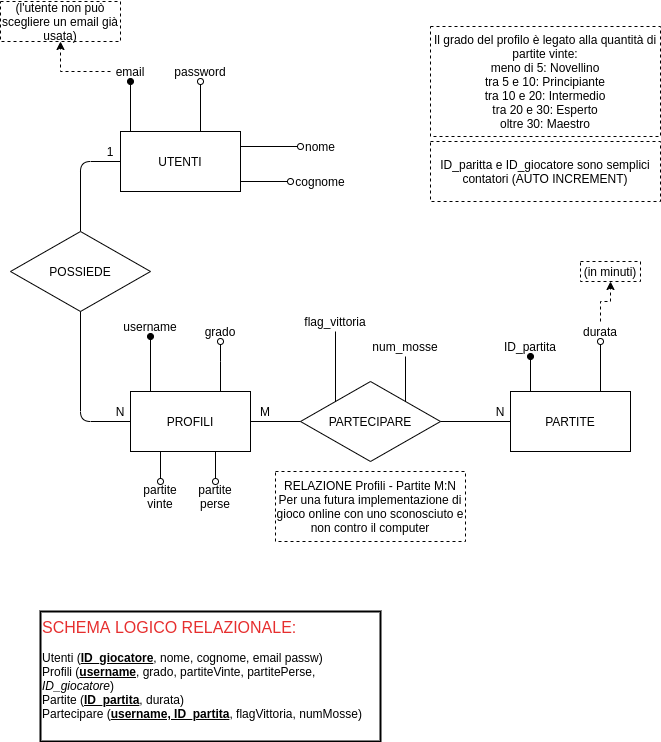
This is DB_CrazyGoose(drawio).png from itisrivoira/CrazyGoose, a draw.io export, as it was before one commit. Source tidied: cells renumbered, new cells last; positions are measured from the earlier drawing's top-left corner, leaving out a move shared by most shapes.
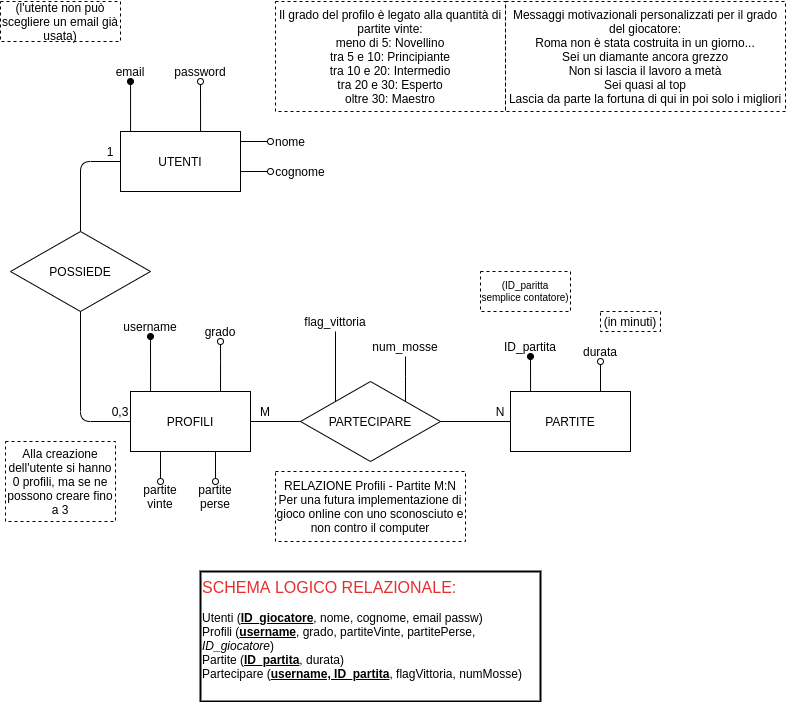
Later version of the same file.

What changed in the source:
```diff
@@ -9,17 +9,22 @@
         </Array>
       </mxGeometry>
     </mxCell>
-    <mxCell id="3" style="edgeStyle=orthogonalEdgeStyle;rounded=0;jettySize=auto;html=1;exitX=0.75;exitY=0;exitDx=0;exitDy=0;entryX=0.5;entryY=1;entryDx=0;entryDy=0;endArrow=oval;endFill=0;fontSize=1;" parent="1" edge="1" source="4" target="30">
+    <mxCell id="3" style="edgeStyle=orthogonalEdgeStyle;rounded=0;jettySize=auto;html=1;exitX=0.75;exitY=0;exitDx=0;exitDy=0;entryX=0.5;entryY=1;entryDx=0;entryDy=0;endArrow=oval;endFill=0;fontSize=1;" parent="1" edge="1" source="4" target="29">
       <mxGeometry relative="1" as="geometry" />
     </mxCell>
     <mxCell id="4" value="PARTITE" style="rounded=0;whiteSpace=wrap;html=1;" parent="1" vertex="1">
       <mxGeometry x="510" y="390" width="120" height="60" as="geometry" />
     </mxCell>
-    <mxCell id="5" style="edgeStyle=orthogonalEdgeStyle;rounded=0;jettySize=auto;html=1;exitX=0;exitY=0;exitDx=0;exitDy=0;entryX=0.5;entryY=1;entryDx=0;entryDy=0;endArrow=none;endFill=0;" parent="1" edge="1" source="7" target="31">
+    <mxCell id="5" style="edgeStyle=orthogonalEdgeStyle;rounded=0;jettySize=auto;html=1;exitX=0;exitY=0;exitDx=0;exitDy=0;entryX=0.5;entryY=1;entryDx=0;entryDy=0;endArrow=none;endFill=0;" parent="1" edge="1" source="7" target="30">
       <mxGeometry relative="1" as="geometry" />
     </mxCell>
     <mxCell id="6" style="edgeStyle=orthogonalEdgeStyle;rounded=0;jettySize=auto;html=1;exitX=1;exitY=0;exitDx=0;exitDy=0;entryX=0.5;entryY=1;entryDx=0;entryDy=0;endArrow=none;endFill=0;" parent="1" edge="1" source="7" target="28">
-      <mxGeometry relative="1" as="geometry" />
+      <mxGeometry relative="1" as="geometry">
+        <Array as="points">
+          <mxPoint x="405" y="375" />
+          <mxPoint x="405" y="375" />
+        </Array>
+      </mxGeometry>
     </mxCell>
     <mxCell id="7" value="PARTECIPARE" style="rhombus;whiteSpace=wrap;html=1;" parent="1" vertex="1">
       <mxGeometry x="300" y="380" width="140" height="80" as="geometry" />
@@ -96,7 +101,7 @@
     <mxCell id="25" value="M" style="text;html=1;strokeColor=none;fillColor=none;align=center;verticalAlign=middle;whiteSpace=wrap;rounded=0;" parent="1" vertex="1">
       <mxGeometry x="250" y="400" width="30" height="20" as="geometry" />
     </mxCell>
-    <mxCell id="26" value="N" style="text;html=1;strokeColor=none;fillColor=none;align=center;verticalAlign=middle;whiteSpace=wrap;rounded=0;" parent="1" vertex="1">
+    <mxCell id="26" value="0,3" style="text;html=1;strokeColor=none;fillColor=none;align=center;verticalAlign=middle;whiteSpace=wrap;rounded=0;" parent="1" vertex="1">
       <mxGeometry x="100" y="400" width="40" height="20" as="geometry" />
     </mxCell>
     <mxCell id="27" value="1" style="text;html=1;strokeColor=none;fillColor=none;align=center;verticalAlign=middle;whiteSpace=wrap;rounded=0;" parent="1" vertex="1">
@@ -105,78 +110,76 @@
     <mxCell id="28" value="num_mosse" style="text;html=1;strokeColor=none;fillColor=none;align=center;verticalAlign=middle;whiteSpace=wrap;rounded=0;" parent="1" vertex="1">
       <mxGeometry x="370" y="335" width="70" height="20" as="geometry" />
     </mxCell>
-    <mxCell id="29" style="edgeStyle=orthogonalEdgeStyle;rounded=0;jettySize=auto;html=1;dashed=1;" parent="1" edge="1" source="30">
-      <mxGeometry relative="1" as="geometry">
-        <mxPoint x="610" y="280" as="targetPoint" />
-      </mxGeometry>
+    <mxCell id="29" value="durata" style="text;html=1;strokeColor=none;fillColor=none;align=center;verticalAlign=middle;whiteSpace=wrap;rounded=0;" parent="1" vertex="1">
+      <mxGeometry x="580" y="340" width="40" height="20" as="geometry" />
     </mxCell>
-    <mxCell id="30" value="durata" style="text;html=1;strokeColor=none;fillColor=none;align=center;verticalAlign=middle;whiteSpace=wrap;rounded=0;" parent="1" vertex="1">
-      <mxGeometry x="580" y="320" width="40" height="20" as="geometry" />
+    <mxCell id="30" value="flag_vittoria" style="text;html=1;strokeColor=none;fillColor=none;align=center;verticalAlign=middle;whiteSpace=wrap;rounded=0;" parent="1" vertex="1">
+      <mxGeometry x="300" y="310" width="70" height="20" as="geometry" />
     </mxCell>
-    <mxCell id="31" value="flag_vittoria" style="text;html=1;strokeColor=none;fillColor=none;align=center;verticalAlign=middle;whiteSpace=wrap;rounded=0;" parent="1" vertex="1">
-      <mxGeometry x="300" y="310" width="70" height="20" as="geometry" />
+    <mxCell id="31" style="edgeStyle=orthogonalEdgeStyle;rounded=0;jettySize=auto;html=1;exitX=0.25;exitY=0;exitDx=0;exitDy=0;entryX=0.5;entryY=1;entryDx=0;entryDy=0;endArrow=oval;endFill=1;fontSize=1;" parent="1" edge="1" source="11" target="32">
+      <mxGeometry relative="1" as="geometry">
+        <Array as="points">
+          <mxPoint x="130" y="130" />
+          <mxPoint x="130" y="80" />
+        </Array>
+      </mxGeometry>
     </mxCell>
-    <mxCell id="32" style="edgeStyle=orthogonalEdgeStyle;rounded=0;jettySize=auto;html=1;exitX=0.25;exitY=0;exitDx=0;exitDy=0;entryX=0.5;entryY=1;entryDx=0;entryDy=0;endArrow=oval;endFill=1;fontSize=1;" parent="1" edge="1" source="11" target="34">
-      <mxGeometry relative="1" as="geometry">
-        <Array as="points">
-          <mxPoint x="130" y="130" />
-          <mxPoint x="130" y="80" />
-        </Array>
-      </mxGeometry>
+    <mxCell id="32" value="email" style="text;html=1;strokeColor=none;fillColor=none;align=center;verticalAlign=middle;whiteSpace=wrap;rounded=0;" parent="1" vertex="1">
+      <mxGeometry x="110" y="60" width="40" height="20" as="geometry" />
     </mxCell>
-    <mxCell id="33" style="edgeStyle=orthogonalEdgeStyle;rounded=0;jettySize=auto;html=1;dashed=1;entryX=0.5;entryY=1;entryDx=0;entryDy=0;" parent="1" edge="1" source="34" target="36">
-      <mxGeometry relative="1" as="geometry">
-        <Array as="points">
-          <mxPoint x="60" y="70" />
-        </Array>
-      </mxGeometry>
+    <mxCell id="33" value="Il grado del profilo è legato alla quantità di partite vinte:&lt;br&gt;meno di 5: Novellino&lt;br&gt;tra 5 e 10: Principiante&lt;br&gt;tra 10 e 20: Intermedio&lt;br&gt;tra 20 e 30: Esperto&lt;br&gt;oltre 30: Maestro" style="text;html=1;fillColor=none;align=center;verticalAlign=middle;whiteSpace=wrap;rounded=0;strokeColor=#000000;dashed=1;" parent="1" vertex="1">
+      <mxGeometry x="275" width="230" height="110" as="geometry" />
     </mxCell>
-    <mxCell id="34" value="email" style="text;html=1;strokeColor=none;fillColor=none;align=center;verticalAlign=middle;whiteSpace=wrap;rounded=0;" parent="1" vertex="1">
-      <mxGeometry x="110" y="60" width="40" height="20" as="geometry" />
+    <mxCell id="34" value="(l'utente non può scegliere un email già usata)" style="text;html=1;fillColor=none;align=center;verticalAlign=middle;whiteSpace=wrap;rounded=0;strokeColor=#000000;dashed=1;" parent="1" vertex="1">
+      <mxGeometry width="120" height="40" as="geometry" />
     </mxCell>
-    <mxCell id="35" value="Il grado del profilo è legato alla quantità di partite vinte:&lt;br&gt;meno di 5: Novellino&lt;br&gt;tra 5 e 10: Principiante&lt;br&gt;tra 10 e 20: Intermedio&lt;br&gt;tra 20 e 30: Esperto&lt;br&gt;oltre 30: Maestro" style="text;html=1;fillColor=none;align=center;verticalAlign=middle;whiteSpace=wrap;rounded=0;strokeColor=#000000;dashed=1;" parent="1" vertex="1">
-      <mxGeometry x="430" y="25" width="230" height="110" as="geometry" />
+    <mxCell id="35" value="(in minuti)" style="text;html=1;fillColor=none;align=center;verticalAlign=middle;whiteSpace=wrap;rounded=0;strokeColor=#000000;dashed=1;" parent="1" vertex="1">
+      <mxGeometry x="600" y="310" width="60" height="20" as="geometry" />
     </mxCell>
-    <mxCell id="36" value="(l'utente non può scegliere un email già usata)" style="text;html=1;fillColor=none;align=center;verticalAlign=middle;whiteSpace=wrap;rounded=0;strokeColor=#000000;dashed=1;" parent="1" vertex="1">
-      <mxGeometry width="120" height="40" as="geometry" />
+    <mxCell id="36" value="RELAZIONE Profili - Partite M:N&lt;br&gt;Per una futura implementazione di gioco online con uno sconosciuto e non contro il computer" style="text;html=1;fillColor=none;align=center;verticalAlign=middle;whiteSpace=wrap;rounded=0;strokeColor=#000000;dashed=1;" parent="1" vertex="1">
+      <mxGeometry x="275" y="470" width="190" height="70" as="geometry" />
     </mxCell>
-    <mxCell id="37" value="(in minuti)" style="text;html=1;fillColor=none;align=center;verticalAlign=middle;whiteSpace=wrap;rounded=0;strokeColor=#000000;dashed=1;" parent="1" vertex="1">
-      <mxGeometry x="580" y="260" width="60" height="20" as="geometry" />
+    <mxCell id="37" value="&lt;font style=&quot;font-size: 16px&quot; color=&quot;#e62e2e&quot;&gt;SCHEMA LOGICO RELAZIONALE:&lt;/font&gt;&lt;br&gt;&lt;br&gt;Utenti (&lt;b&gt;&lt;u&gt;ID_giocatore&lt;/u&gt;&lt;/b&gt;, nome, cognome, email passw)&lt;br&gt;Profili (&lt;b&gt;&lt;u&gt;username&lt;/u&gt;&lt;/b&gt;, grado, partiteVinte, partitePerse, &lt;i&gt;ID_giocatore&lt;/i&gt;)&lt;br&gt;Partite (&lt;b&gt;&lt;u&gt;ID_partita&lt;/u&gt;&lt;/b&gt;, durata)&lt;br&gt;Partecipare (&lt;b&gt;&lt;u&gt;username, ID_partita&lt;/u&gt;&lt;/b&gt;, flagVittoria, numMosse)" style="text;html=1;fillColor=none;align=left;verticalAlign=top;whiteSpace=wrap;rounded=0;strokeColor=#000000;strokeWidth=2;" parent="1" vertex="1">
+      <mxGeometry x="200" y="570" width="340" height="130" as="geometry" />
     </mxCell>
-    <mxCell id="38" value="RELAZIONE Profili - Partite M:N&lt;br&gt;Per una futura implementazione di gioco online con uno sconosciuto e non contro il computer" style="text;html=1;fillColor=none;align=center;verticalAlign=middle;whiteSpace=wrap;rounded=0;strokeColor=#000000;dashed=1;" parent="1" vertex="1">
-      <mxGeometry x="275" y="470" width="190" height="70" as="geometry" />
+    <mxCell id="38" value="(ID_paritta semplice contatore)" style="text;html=1;fillColor=none;align=center;verticalAlign=middle;whiteSpace=wrap;rounded=0;strokeColor=#000000;dashed=1;fontSize=10;" parent="1" vertex="1">
+      <mxGeometry x="480" y="270" width="90" height="40" as="geometry" />
     </mxCell>
-    <mxCell id="39" value="&lt;font style=&quot;font-size: 16px&quot; color=&quot;#e62e2e&quot;&gt;SCHEMA LOGICO RELAZIONALE:&lt;/font&gt;&lt;br&gt;&lt;br&gt;Utenti (&lt;b&gt;&lt;u&gt;ID_giocatore&lt;/u&gt;&lt;/b&gt;, nome, cognome, email passw)&lt;br&gt;Profili (&lt;b&gt;&lt;u&gt;username&lt;/u&gt;&lt;/b&gt;, grado, partiteVinte, partitePerse, &lt;i&gt;ID_giocatore&lt;/i&gt;)&lt;br&gt;Partite (&lt;b&gt;&lt;u&gt;ID_partita&lt;/u&gt;&lt;/b&gt;, durata)&lt;br&gt;Partecipare (&lt;b&gt;&lt;u&gt;username, ID_partita&lt;/u&gt;&lt;/b&gt;, flagVittoria, numMosse)" style="text;html=1;fillColor=none;align=left;verticalAlign=top;whiteSpace=wrap;rounded=0;strokeColor=#000000;strokeWidth=2;" parent="1" vertex="1">
-      <mxGeometry x="40" y="610" width="340" height="130" as="geometry" />
+    <mxCell id="39" value="password" style="text;html=1;strokeColor=none;fillColor=none;align=center;verticalAlign=middle;whiteSpace=wrap;rounded=0;" parent="1" vertex="1">
+      <mxGeometry x="170" y="60" width="60" height="20" as="geometry" />
     </mxCell>
-    <mxCell id="40" value="ID_paritta e ID_giocatore sono semplici contatori (AUTO INCREMENT)" style="text;html=1;fillColor=none;align=center;verticalAlign=middle;whiteSpace=wrap;rounded=0;strokeColor=#000000;dashed=1;" parent="1" vertex="1">
-      <mxGeometry x="430" y="140" width="230" height="60" as="geometry" />
+    <mxCell id="40" style="edgeStyle=orthogonalEdgeStyle;rounded=0;jettySize=auto;html=1;exitX=0.5;exitY=0;exitDx=0;exitDy=0;entryX=0.5;entryY=1;entryDx=0;entryDy=0;endArrow=oval;endFill=0;fontSize=1;" parent="1" edge="1" source="11" target="39">
+      <mxGeometry relative="1" as="geometry">
+        <Array as="points">
+          <mxPoint x="200" y="130" />
+        </Array>
+      </mxGeometry>
     </mxCell>
-    <mxCell id="41" value="password" style="text;html=1;strokeColor=none;fillColor=none;align=center;verticalAlign=middle;whiteSpace=wrap;rounded=0;" parent="1" vertex="1">
-      <mxGeometry x="170" y="60" width="60" height="20" as="geometry" />
+    <mxCell id="41" value="nome" style="text;html=1;strokeColor=none;fillColor=none;align=center;verticalAlign=middle;whiteSpace=wrap;rounded=0;" parent="1" vertex="1">
+      <mxGeometry x="270" y="130" width="40" height="20" as="geometry" />
     </mxCell>
-    <mxCell id="42" style="edgeStyle=orthogonalEdgeStyle;rounded=0;jettySize=auto;html=1;exitX=0.5;exitY=0;exitDx=0;exitDy=0;entryX=0.5;entryY=1;entryDx=0;entryDy=0;endArrow=oval;endFill=0;fontSize=1;" parent="1" edge="1" source="11" target="41">
-      <mxGeometry relative="1" as="geometry">
-        <Array as="points">
-          <mxPoint x="200" y="130" />
-        </Array>
-      </mxGeometry>
+    <mxCell id="42" value="cognome" style="text;html=1;strokeColor=none;fillColor=none;align=center;verticalAlign=middle;whiteSpace=wrap;rounded=0;" parent="1" vertex="1">
+      <mxGeometry x="270" y="160" width="60" height="20" as="geometry" />
     </mxCell>
-    <mxCell id="43" value="nome" style="text;html=1;strokeColor=none;fillColor=none;align=center;verticalAlign=middle;whiteSpace=wrap;rounded=0;" parent="1" vertex="1">
-      <mxGeometry x="300" y="135" width="40" height="20" as="geometry" />
+    <mxCell id="43" style="edgeStyle=orthogonalEdgeStyle;rounded=0;jettySize=auto;html=1;exitX=1;exitY=0.25;exitDx=0;exitDy=0;entryX=0;entryY=0.5;entryDx=0;entryDy=0;endArrow=oval;endFill=0;fontSize=1;" parent="1" edge="1" source="11" target="41">
+      <mxGeometry relative="1" as="geometry">
+        <Array as="points">
+          <mxPoint x="240" y="140" />
+        </Array>
+      </mxGeometry>
     </mxCell>
-    <mxCell id="44" value="cognome" style="text;html=1;strokeColor=none;fillColor=none;align=center;verticalAlign=middle;whiteSpace=wrap;rounded=0;" parent="1" vertex="1">
-      <mxGeometry x="290" y="170" width="60" height="20" as="geometry" />
+    <mxCell id="44" style="edgeStyle=orthogonalEdgeStyle;rounded=0;jettySize=auto;html=1;exitX=1;exitY=0.75;exitDx=0;exitDy=0;entryX=0;entryY=0.5;entryDx=0;entryDy=0;endArrow=oval;endFill=0;fontSize=1;" parent="1" edge="1" source="11" target="42">
+      <mxGeometry relative="1" as="geometry">
+        <Array as="points">
+          <mxPoint x="240" y="170" />
+        </Array>
+      </mxGeometry>
     </mxCell>
-    <mxCell id="45" style="edgeStyle=orthogonalEdgeStyle;rounded=0;jettySize=auto;html=1;exitX=1;exitY=0.25;exitDx=0;exitDy=0;entryX=0;entryY=0.5;entryDx=0;entryDy=0;endArrow=oval;endFill=0;fontSize=1;" parent="1" edge="1" source="11" target="43">
-      <mxGeometry relative="1" as="geometry" />
+    <mxCell id="45" value="Messaggi motivazionali personalizzati per il grado del giocatore:&lt;br&gt;Roma non è stata costruita in un giorno...&lt;br&gt;Sei un diamante ancora grezzo&lt;br&gt;Non si lascia il lavoro a metà&lt;br&gt;Sei quasi al top&lt;br&gt;Lascia da parte la fortuna di qui in poi solo i migliori" style="text;html=1;fillColor=none;align=center;verticalAlign=middle;whiteSpace=wrap;rounded=0;strokeColor=#000000;dashed=1;" parent="1" vertex="1">
+      <mxGeometry x="505" width="280" height="110" as="geometry" />
     </mxCell>
-    <mxCell id="46" style="edgeStyle=orthogonalEdgeStyle;rounded=0;jettySize=auto;html=1;exitX=1;exitY=0.75;exitDx=0;exitDy=0;entryX=0;entryY=0.5;entryDx=0;entryDy=0;endArrow=oval;endFill=0;fontSize=1;" parent="1" edge="1" source="11" target="44">
-      <mxGeometry relative="1" as="geometry">
-        <Array as="points">
-          <mxPoint x="240" y="180" />
-        </Array>
-      </mxGeometry>
+    <mxCell id="46" value="Alla creazione dell'utente si hanno 0 profili, ma se ne possono creare fino a 3" style="text;html=1;fillColor=none;align=center;verticalAlign=middle;whiteSpace=wrap;rounded=0;strokeColor=#000000;dashed=1;" parent="1" vertex="1">
+      <mxGeometry x="5" y="440" width="110" height="80" as="geometry" />
     </mxCell>
   </root>
 </mxGraphModel>
```
